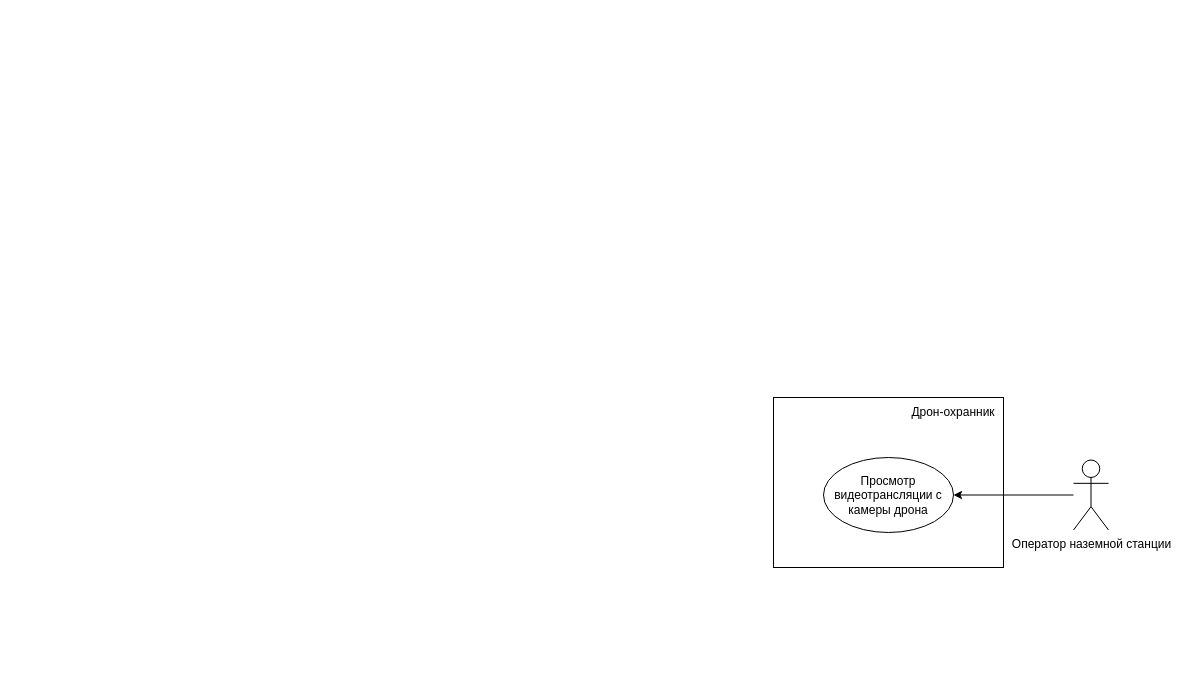
zimkov/system-engineering-playbook keeps this draw.io diagram as src/diagrams/uml-use-case/use-case2.drawio. Above is the earlier version. Source tidied: cells renumbered, new cells numbered last; positions are measured from the earlier drawing's top-left corner, leaving out a move shared by most shapes. Both pictures are drawn from the tidied source at 100%, with x=0, y=0 at pixel (773, 397).
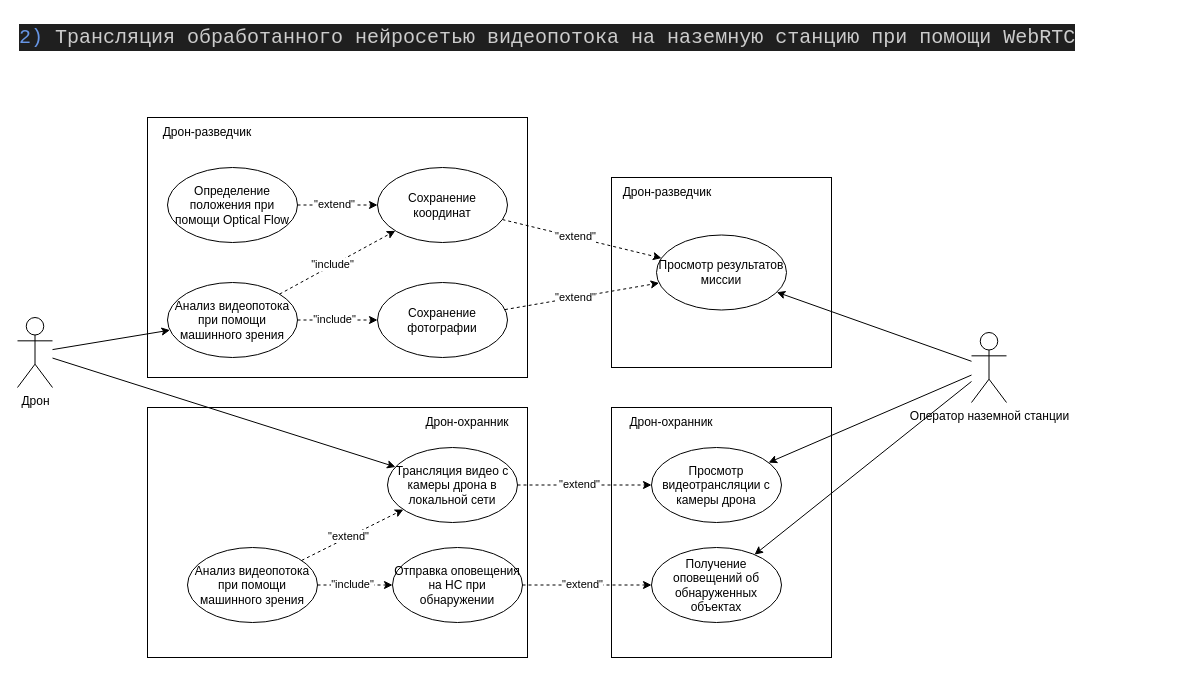
The same diagram, later.

Commit message (it also covers changes not shown here):
use-case

What changed in the source:
```diff
@@
-    <mxCell id="2" style="rounded=0;whiteSpace=wrap;html=1;fillColor=none;" parent="1" vertex="1">
-      <mxGeometry width="230" height="170" as="geometry" />
-    </mxCell>
+    <mxCell id="7" value="&lt;div style=&quot;color: #cccccc;background-color: #1f1f1f;font-family: Consolas, 'Courier New', monospace;font-weight: normal;font-size: 20px;line-height: 27px;white-space: pre;&quot;&gt;&lt;div&gt;&lt;span style=&quot;color: #6796e6;&quot;&gt;2)&lt;/span&gt;&lt;span style=&quot;color: #cccccc;&quot;&gt; Трансляция обработанного нейросетью видеопотока на наземную станцию при помощи WebRTC&lt;/span&gt;&lt;/div&gt;&lt;/div&gt;" style="text;whiteSpace=wrap;html=1;" parent="1" vertex="1">
+      <mxGeometry x="-756" y="-380" width="560" height="50" as="geometry" />
+    </mxCell>
+    <mxCell id="8" style="rounded=0;whiteSpace=wrap;html=1;fillColor=none;" parent="1" vertex="1">
+      <mxGeometry x="-162" y="10" width="220" height="250" as="geometry" />
+    </mxCell>
+    <mxCell id="9" style="rounded=0;whiteSpace=wrap;html=1;fillColor=none;" parent="1" vertex="1">
+      <mxGeometry x="-162" y="-220" width="220" height="190" as="geometry" />
+    </mxCell>
@@
+    <mxCell id="10" style="rounded=0;jettySize=auto;html=1;" parent="1" edge="1" source="4" target="12">
+      <mxGeometry relative="1" as="geometry" />
+    </mxCell>
+    <mxCell id="11" style="rounded=0;jettySize=auto;html=1;" parent="1" edge="1" source="4" target="35">
+      <mxGeometry relative="1" as="geometry" />
+    </mxCell>
     <mxCell id="4" value="Оператор наземной станции" style="shape=umlActor;verticalLabelPosition=bottom;verticalAlign=top;html=1;outlineConnect=0;" parent="1" vertex="1">
-      <mxGeometry x="300" y="62.5" width="35" height="70" as="geometry" />
+      <mxGeometry x="198" y="-65" width="35" height="70" as="geometry" />
     </mxCell>
     <mxCell id="5" value="Просмотр видеотрансляции с камеры дрона" style="ellipse;whiteSpace=wrap;html=1;verticalAlign=middle;" parent="1" vertex="1">
-      <mxGeometry x="50" y="60" width="130" height="75" as="geometry" />
+      <mxGeometry x="-122" y="50" width="130" height="75" as="geometry" />
     </mxCell>
-    <mxCell id="6" value="Дрон-охранник" style="text;html=1;align=center;verticalAlign=middle;whiteSpace=wrap;rounded=0;" parent="1" vertex="1">
-      <mxGeometry x="120" width="120" height="30" as="geometry" />
-    </mxCell>
+    <mxCell id="12" value="Просмотр результатов миссии" style="ellipse;whiteSpace=wrap;html=1;verticalAlign=middle;" parent="1" vertex="1">
+      <mxGeometry x="-117" y="-162.5" width="130" height="75" as="geometry" />
+    </mxCell>
+    <mxCell id="13" value="Дрон-охранник" style="text;html=1;align=center;verticalAlign=middle;whiteSpace=wrap;rounded=0;" parent="1" vertex="1">
+      <mxGeometry x="-162" y="10" width="120" height="30" as="geometry" />
+    </mxCell>
+    <mxCell id="14" value="Дрон-разведчик" style="text;html=1;align=center;verticalAlign=middle;whiteSpace=wrap;rounded=0;" parent="1" vertex="1">
+      <mxGeometry x="-166" y="-220" width="120" height="30" as="geometry" />
+    </mxCell>
+    <mxCell id="15" style="rounded=0;whiteSpace=wrap;html=1;fillColor=none;" parent="1" vertex="1">
+      <mxGeometry x="-626" y="10" width="380" height="250" as="geometry" />
+    </mxCell>
+    <mxCell id="16" style="rounded=0;whiteSpace=wrap;html=1;fillColor=none;" parent="1" vertex="1">
+      <mxGeometry x="-626" y="-280" width="380" height="260" as="geometry" />
+    </mxCell>
+    <mxCell id="17" style="rounded=0;jettySize=auto;html=1;" parent="1" edge="1" source="19" target="20">
+      <mxGeometry relative="1" as="geometry" />
+    </mxCell>
+    <mxCell id="18" style="rounded=0;jettySize=auto;html=1;" parent="1" edge="1" source="19" target="22">
+      <mxGeometry relative="1" as="geometry" />
+    </mxCell>
+    <mxCell id="19" value="Дрон" style="shape=umlActor;verticalLabelPosition=bottom;verticalAlign=top;html=1;outlineConnect=0;" parent="1" vertex="1">
+      <mxGeometry x="-756" y="-80" width="35" height="70" as="geometry" />
+    </mxCell>
+    <mxCell id="20" value="Трансляция видео с камеры дрона в локальной сети" style="ellipse;whiteSpace=wrap;html=1;verticalAlign=middle;" parent="1" vertex="1">
+      <mxGeometry x="-386" y="50" width="130" height="75" as="geometry" />
+    </mxCell>
+    <mxCell id="21" value="Определение положения при помощи Optical Flow" style="ellipse;whiteSpace=wrap;html=1;verticalAlign=middle;" parent="1" vertex="1">
+      <mxGeometry x="-606" y="-230" width="130" height="75" as="geometry" />
+    </mxCell>
+    <mxCell id="22" value="Анализ видеопотока при помощи машинного зрения" style="ellipse;whiteSpace=wrap;html=1;verticalAlign=middle;" parent="1" vertex="1">
+      <mxGeometry x="-606" y="-115" width="130" height="75" as="geometry" />
+    </mxCell>
+    <mxCell id="23" value="Дрон-охранник" style="text;html=1;align=center;verticalAlign=middle;whiteSpace=wrap;rounded=0;" parent="1" vertex="1">
+      <mxGeometry x="-366" y="10" width="120" height="30" as="geometry" />
+    </mxCell>
+    <mxCell id="24" value="Дрон-разведчик" style="text;html=1;align=center;verticalAlign=middle;whiteSpace=wrap;rounded=0;" parent="1" vertex="1">
+      <mxGeometry x="-626" y="-280" width="120" height="30" as="geometry" />
+    </mxCell>
+    <mxCell id="25" value="Сохранение фотографии" style="ellipse;whiteSpace=wrap;html=1;verticalAlign=middle;" parent="1" vertex="1">
+      <mxGeometry x="-396" y="-115" width="130" height="75" as="geometry" />
+    </mxCell>
+    <mxCell id="26" style="rounded=0;jettySize=auto;html=1;dashed=1;" parent="1" edge="1" source="22" target="25">
+      <mxGeometry relative="1" as="geometry" />
+    </mxCell>
+    <mxCell id="27" value="&quot;include&quot;" style="edgeLabel;html=1;align=center;verticalAlign=middle;" parent="26" vertex="1">
+      <mxGeometry x="-0.09" y="1" relative="1" as="geometry" />
+    </mxCell>
+    <mxCell id="28" value="Сохранение координат" style="ellipse;whiteSpace=wrap;html=1;verticalAlign=middle;" parent="1" vertex="1">
+      <mxGeometry x="-396" y="-230" width="130" height="75" as="geometry" />
+    </mxCell>
+    <mxCell id="29" style="rounded=0;jettySize=auto;html=1;dashed=1;" parent="1" edge="1" source="22" target="28">
+      <mxGeometry relative="1" as="geometry" />
+    </mxCell>
+    <mxCell id="30" value="&quot;include&quot;" style="edgeLabel;html=1;align=center;verticalAlign=middle;" parent="29" vertex="1">
+      <mxGeometry x="-0.09" y="1" relative="1" as="geometry" />
+    </mxCell>
+    <mxCell id="31" value="Анализ видеопотока при помощи машинного зрения" style="ellipse;whiteSpace=wrap;html=1;verticalAlign=middle;" parent="1" vertex="1">
+      <mxGeometry x="-586" y="150" width="130" height="75" as="geometry" />
+    </mxCell>
+    <mxCell id="32" style="rounded=0;jettySize=auto;html=1;dashed=1;" parent="1" edge="1" source="31" target="34">
+      <mxGeometry relative="1" as="geometry" />
+    </mxCell>
+    <mxCell id="33" value="&quot;include&quot;" style="edgeLabel;html=1;align=center;verticalAlign=middle;" parent="32" vertex="1">
+      <mxGeometry x="-0.09" y="1" relative="1" as="geometry" />
+    </mxCell>
+    <mxCell id="34" value="Отправка оповещения на НС при обнаружении" style="ellipse;whiteSpace=wrap;html=1;verticalAlign=middle;" parent="1" vertex="1">
+      <mxGeometry x="-381" y="150" width="130" height="75" as="geometry" />
+    </mxCell>
+    <mxCell id="35" value="Получение оповещений об обнаруженных объектах" style="ellipse;whiteSpace=wrap;html=1;verticalAlign=middle;" parent="1" vertex="1">
+      <mxGeometry x="-122" y="150" width="130" height="75" as="geometry" />
+    </mxCell>
+    <mxCell id="36" style="rounded=0;jettySize=auto;html=1;dashed=1;" parent="1" edge="1" source="21" target="28">
+      <mxGeometry relative="1" as="geometry" />
+    </mxCell>
+    <mxCell id="37" value="&quot;extend&quot;" style="edgeLabel;html=1;align=center;verticalAlign=middle;" parent="36" vertex="1">
+      <mxGeometry x="-0.09" y="1" relative="1" as="geometry" />
+    </mxCell>
+    <mxCell id="38" style="rounded=0;jettySize=auto;html=1;dashed=1;" parent="1" edge="1" source="31" target="20">
+      <mxGeometry relative="1" as="geometry" />
+    </mxCell>
+    <mxCell id="39" value="&quot;extend&quot;" style="edgeLabel;html=1;align=center;verticalAlign=middle;" parent="38" vertex="1">
+      <mxGeometry x="-0.09" y="1" relative="1" as="geometry" />
+    </mxCell>
+    <mxCell id="40" style="rounded=0;jettySize=auto;html=1;dashed=1;" parent="1" edge="1" source="34" target="35">
+      <mxGeometry relative="1" as="geometry" />
+    </mxCell>
+    <mxCell id="41" value="&quot;extend&quot;" style="edgeLabel;html=1;align=center;verticalAlign=middle;" parent="40" vertex="1">
+      <mxGeometry x="-0.09" y="1" relative="1" as="geometry" />
+    </mxCell>
+    <mxCell id="42" style="rounded=0;jettySize=auto;html=1;dashed=1;" parent="1" edge="1" source="20" target="5">
+      <mxGeometry relative="1" as="geometry" />
+    </mxCell>
+    <mxCell id="43" value="&quot;extend&quot;" style="edgeLabel;html=1;align=center;verticalAlign=middle;" parent="42" vertex="1">
+      <mxGeometry x="-0.09" y="1" relative="1" as="geometry" />
+    </mxCell>
+    <mxCell id="44" style="rounded=0;jettySize=auto;html=1;dashed=1;" parent="1" edge="1" source="28" target="12">
+      <mxGeometry relative="1" as="geometry" />
+    </mxCell>
+    <mxCell id="45" value="&quot;extend&quot;" style="edgeLabel;html=1;align=center;verticalAlign=middle;" parent="44" vertex="1">
+      <mxGeometry x="-0.09" y="1" relative="1" as="geometry" />
+    </mxCell>
+    <mxCell id="46" style="rounded=0;jettySize=auto;html=1;dashed=1;" parent="1" edge="1" source="25" target="12">
+      <mxGeometry relative="1" as="geometry" />
+    </mxCell>
+    <mxCell id="47" value="&quot;extend&quot;" style="edgeLabel;html=1;align=center;verticalAlign=middle;" parent="46" vertex="1">
+      <mxGeometry x="-0.09" y="1" relative="1" as="geometry" />
+    </mxCell>
```
